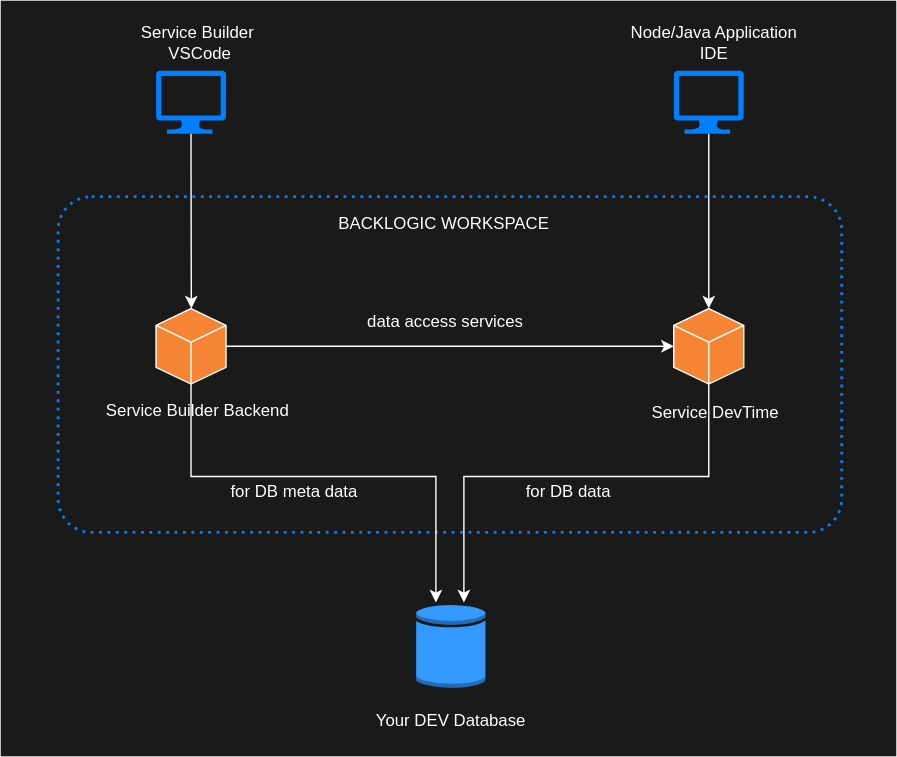
The draw.io diagram resources/images/backlogic-workspace.svg in bklogic/ServiceBuilder, before a commit. Source tidied: cells renumbered, new cells last; positions are measured from the earlier drawing's top-left corner, leaving out a move shared by most shapes. Its diagram source:
```xml
<mxGraphModel>
  <root>
    <mxCell id="0" />
    <mxCell id="1" parent="0" />
    <mxCell id="2" style="rounded=0;whiteSpace=wrap;html=1;fillColor=#1A1A1A;strokeColor=none;" parent="1" vertex="1">
      <mxGeometry width="640" height="540" as="geometry" />
    </mxCell>
    <mxCell id="3" style="rounded=1;arcSize=10;dashed=1;fillColor=none;gradientColor=none;dashPattern=1 2;strokeWidth=2;glass=0;shadow=0;sketch=0;strokeColor=#007FFF;fontColor=#FFFFFF;" parent="1" vertex="1">
      <mxGeometry x="41" y="140" width="560" height="240" as="geometry" />
    </mxCell>
    <mxCell id="4" style="dashed=0;verticalLabelPosition=bottom;verticalAlign=top;align=center;html=1;shape=mxgraph.aws3.generic_database;gradientColor=none;fillColor=#3399FF;fontColor=#FFFFFF;" parent="1" vertex="1">
      <mxGeometry x="296.9" y="431" width="49.5" height="60" as="geometry" />
    </mxCell>
    <mxCell id="5" style="edgeStyle=orthogonalEdgeStyle;rounded=0;jettySize=auto;html=1;entryX=0.17;entryY=0.333;entryDx=0;entryDy=0;entryPerimeter=0;fontColor=#FFFFFF;strokeColor=#FFFFFF;" parent="1" edge="1" source="6" target="3">
      <mxGeometry relative="1" as="geometry" />
    </mxCell>
    <mxCell id="6" style="shadow=0;dashed=0;html=1;strokeColor=none;labelPosition=center;verticalLabelPosition=bottom;verticalAlign=top;align=center;shape=mxgraph.azure.computer;rounded=1;glass=0;sketch=0;fillColor=#007FFF;fontColor=#FFFFFF;" parent="1" vertex="1">
      <mxGeometry x="111" y="50" width="50" height="45" as="geometry" />
    </mxCell>
    <mxCell id="7" style="edgeStyle=orthogonalEdgeStyle;rounded=0;jettySize=auto;html=1;fontColor=#FFFFFF;strokeColor=#FFFFFF;" parent="1" edge="1" source="9">
      <mxGeometry relative="1" as="geometry">
        <mxPoint x="311" y="430" as="targetPoint" />
        <Array as="points">
          <mxPoint x="136" y="340" />
          <mxPoint x="311" y="340" />
        </Array>
      </mxGeometry>
    </mxCell>
    <mxCell id="8" style="edgeStyle=orthogonalEdgeStyle;rounded=0;jettySize=auto;html=1;exitX=1;exitY=0.5;exitDx=0;exitDy=0;exitPerimeter=0;entryX=0;entryY=0.5;entryDx=0;entryDy=0;entryPerimeter=0;fontColor=#FFFFFF;strokeColor=#FFFFFF;" parent="1" edge="1" source="9" target="11">
      <mxGeometry relative="1" as="geometry" />
    </mxCell>
    <mxCell id="9" style="html=1;whiteSpace=wrap;shape=isoCube2;backgroundOutline=1;isoAngle=15;rounded=1;shadow=0;glass=0;sketch=0;fillColor=#F58534;strokeColor=#FFFFFF;fontColor=#FFFFFF;" parent="1" vertex="1">
      <mxGeometry x="111" y="220" width="50" height="54" as="geometry" />
    </mxCell>
    <mxCell id="10" style="edgeStyle=orthogonalEdgeStyle;rounded=0;jettySize=auto;html=1;fontColor=#FFFFFF;strokeColor=#FFFFFF;" parent="1" edge="1" source="11">
      <mxGeometry relative="1" as="geometry">
        <mxPoint x="331" y="430" as="targetPoint" />
        <Array as="points">
          <mxPoint x="506" y="340" />
          <mxPoint x="331" y="340" />
        </Array>
      </mxGeometry>
    </mxCell>
    <mxCell id="11" style="html=1;whiteSpace=wrap;shape=isoCube2;backgroundOutline=1;isoAngle=15;rounded=1;shadow=0;glass=0;sketch=0;fillColor=#F58534;strokeColor=#FFFFFF;fontColor=#FFFFFF;" parent="1" vertex="1">
      <mxGeometry x="481" y="220" width="50" height="54" as="geometry" />
    </mxCell>
    <mxCell id="12" style="edgeStyle=orthogonalEdgeStyle;rounded=0;jettySize=auto;html=1;entryX=0.5;entryY=0;entryDx=0;entryDy=0;entryPerimeter=0;fontColor=#FFFFFF;strokeColor=#FFFFFF;" parent="1" edge="1" source="13" target="11">
      <mxGeometry relative="1" as="geometry" />
    </mxCell>
    <mxCell id="13" style="shadow=0;dashed=0;html=1;strokeColor=none;labelPosition=center;verticalLabelPosition=bottom;verticalAlign=top;align=center;shape=mxgraph.azure.computer;rounded=1;glass=0;sketch=0;fillColor=#007FFF;fontColor=#FFFFFF;" parent="1" vertex="1">
      <mxGeometry x="481" y="50" width="50" height="45" as="geometry" />
    </mxCell>
    <mxCell id="14" value="Service Builder&lt;br&gt;&amp;nbsp;VSCode" style="text;html=1;strokeColor=#;fillColor=none;align=center;verticalAlign=middle;whiteSpace=wrap;rounded=0;shadow=0;glass=0;dashed=1;dashPattern=1 2;sketch=0;fontColor=#FFFFFF;" parent="1" vertex="1">
      <mxGeometry x="72" y="20" width="138" height="20" as="geometry" />
    </mxCell>
    <mxCell id="15" value="Node/Java Application IDE" style="text;html=1;strokeColor=none;fillColor=none;align=center;verticalAlign=middle;whiteSpace=wrap;rounded=0;shadow=0;glass=0;dashed=1;dashPattern=1 2;sketch=0;fontColor=#FFFFFF;" parent="1" vertex="1">
      <mxGeometry x="441" y="20" width="138" height="20" as="geometry" />
    </mxCell>
    <mxCell id="16" value="for DB meta data" style="text;html=1;strokeColor=none;fillColor=none;align=center;verticalAlign=middle;whiteSpace=wrap;rounded=0;shadow=0;glass=0;dashed=1;dashPattern=1 2;sketch=0;fontColor=#FFFFFF;" parent="1" vertex="1">
      <mxGeometry x="141" y="341" width="138" height="20" as="geometry" />
    </mxCell>
    <mxCell id="17" value="Service Builder Backend" style="text;html=1;strokeColor=none;fillColor=none;align=center;verticalAlign=middle;whiteSpace=wrap;rounded=0;shadow=0;glass=0;dashed=1;dashPattern=1 2;sketch=0;fontColor=#FFFFFF;" parent="1" vertex="1">
      <mxGeometry x="72" y="283" width="138" height="20" as="geometry" />
    </mxCell>
    <mxCell id="18" value="Service DevTime" style="text;html=1;strokeColor=none;fillColor=none;align=center;verticalAlign=middle;whiteSpace=wrap;rounded=0;shadow=0;glass=0;dashed=1;dashPattern=1 2;sketch=0;fontColor=#FFFFFF;" parent="1" vertex="1">
      <mxGeometry x="442" y="285" width="138" height="20" as="geometry" />
    </mxCell>
    <mxCell id="19" value="Your DEV Database" style="text;html=1;strokeColor=none;fillColor=none;align=center;verticalAlign=middle;whiteSpace=wrap;rounded=0;shadow=0;glass=0;dashed=1;dashPattern=1 2;sketch=0;fontColor=#FFFFFF;" parent="1" vertex="1">
      <mxGeometry x="252.6" y="505" width="138" height="20" as="geometry" />
    </mxCell>
    <mxCell id="20" value="for DB data" style="text;html=1;strokeColor=none;fillColor=none;align=center;verticalAlign=middle;whiteSpace=wrap;rounded=0;shadow=0;glass=0;dashed=1;dashPattern=1 2;sketch=0;fontColor=#FFFFFF;" parent="1" vertex="1">
      <mxGeometry x="337" y="341" width="138" height="20" as="geometry" />
    </mxCell>
    <mxCell id="21" value="BACKLOGIC WORKSPACE" style="text;html=1;strokeColor=none;fillColor=none;align=center;verticalAlign=middle;whiteSpace=wrap;rounded=0;shadow=0;glass=0;dashed=1;dashPattern=1 2;sketch=0;fontStyle=0;fontColor=#FFFFFF;" parent="1" vertex="1">
      <mxGeometry x="192" y="150" width="250" height="20" as="geometry" />
    </mxCell>
    <mxCell id="22" value="data access services" style="text;html=1;strokeColor=none;fillColor=none;align=center;verticalAlign=middle;whiteSpace=wrap;rounded=0;shadow=0;glass=0;dashed=1;dashPattern=1 2;sketch=0;fontColor=#FFFFFF;" parent="1" vertex="1">
      <mxGeometry x="249" y="220" width="138" height="20" as="geometry" />
    </mxCell>
  </root>
</mxGraphModel>
```
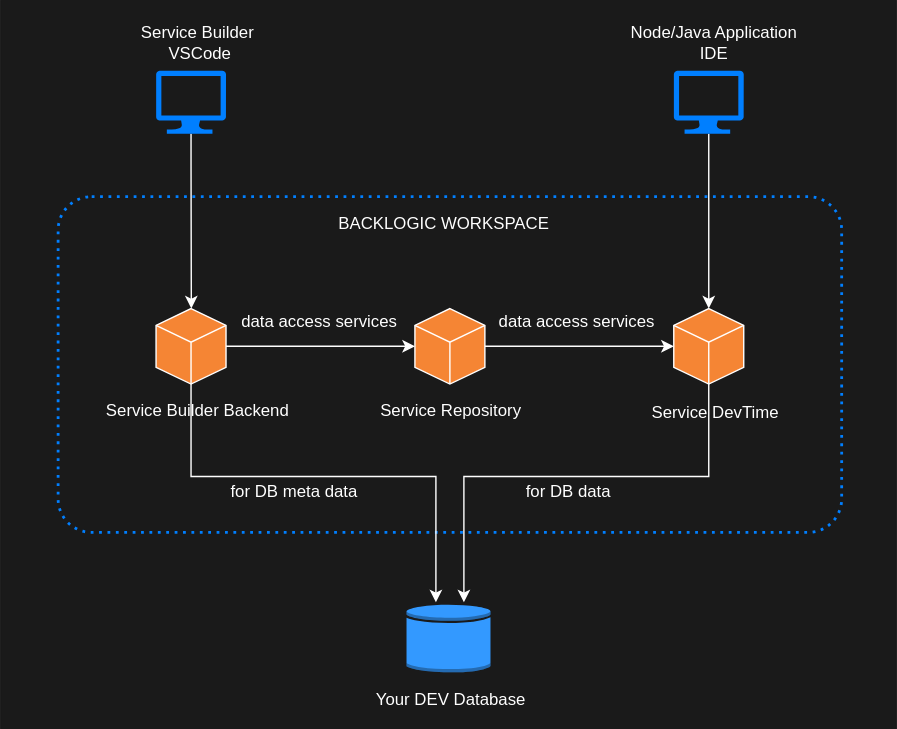
After the change.

The edit, as a diff of the source:
```diff
@@ -2,14 +2,14 @@
   <root>
     <mxCell id="0" />
     <mxCell id="1" parent="0" />
-    <mxCell id="2" style="rounded=0;whiteSpace=wrap;html=1;fillColor=#1A1A1A;strokeColor=none;" parent="1" vertex="1">
-      <mxGeometry width="640" height="540" as="geometry" />
+    <mxCell id="2" style="rounded=0;whiteSpace=wrap;html=1;fillColor=#1A1A1A;strokeColor=#1A1A1A;fontColor=default;labelBackgroundColor=none;" parent="1" vertex="1">
+      <mxGeometry width="640" height="520" as="geometry" />
     </mxCell>
     <mxCell id="3" style="rounded=1;arcSize=10;dashed=1;fillColor=none;gradientColor=none;dashPattern=1 2;strokeWidth=2;glass=0;shadow=0;sketch=0;strokeColor=#007FFF;fontColor=#FFFFFF;" parent="1" vertex="1">
       <mxGeometry x="41" y="140" width="560" height="240" as="geometry" />
     </mxCell>
     <mxCell id="4" style="dashed=0;verticalLabelPosition=bottom;verticalAlign=top;align=center;html=1;shape=mxgraph.aws3.generic_database;gradientColor=none;fillColor=#3399FF;fontColor=#FFFFFF;" parent="1" vertex="1">
-      <mxGeometry x="296.9" y="431" width="49.5" height="60" as="geometry" />
+      <mxGeometry x="290" y="431" width="60" height="49" as="geometry" />
     </mxCell>
     <mxCell id="5" style="edgeStyle=orthogonalEdgeStyle;rounded=0;jettySize=auto;html=1;entryX=0.17;entryY=0.333;entryDx=0;entryDy=0;entryPerimeter=0;fontColor=#FFFFFF;strokeColor=#FFFFFF;" parent="1" edge="1" source="6" target="3">
       <mxGeometry relative="1" as="geometry" />
@@ -26,9 +26,9 @@
         </Array>
       </mxGeometry>
     </mxCell>
-    <mxCell id="8" style="edgeStyle=orthogonalEdgeStyle;rounded=0;jettySize=auto;html=1;exitX=1;exitY=0.5;exitDx=0;exitDy=0;exitPerimeter=0;entryX=0;entryY=0.5;entryDx=0;entryDy=0;entryPerimeter=0;fontColor=#FFFFFF;strokeColor=#FFFFFF;" parent="1" edge="1" source="9" target="11">
-      <mxGeometry relative="1" as="geometry" />
-    </mxCell>
+    <mxCell id="23" style="edgeStyle=orthogonalEdgeStyle;rounded=0;jettySize=auto;html=1;exitX=1;exitY=0.5;exitDx=0;exitDy=0;exitPerimeter=0;entryX=0;entryY=0.5;entryDx=0;entryDy=0;entryPerimeter=0;strokeColor=#FFFFFF;" parent="1" edge="1" source="9" target="25">
+      <mxGeometry relative="1" as="geometry" />
+    </mxCell>
     <mxCell id="9" style="html=1;whiteSpace=wrap;shape=isoCube2;backgroundOutline=1;isoAngle=15;rounded=1;shadow=0;glass=0;sketch=0;fillColor=#F58534;strokeColor=#FFFFFF;fontColor=#FFFFFF;" parent="1" vertex="1">
       <mxGeometry x="111" y="220" width="50" height="54" as="geometry" />
     </mxCell>
@@ -66,7 +66,7 @@
       <mxGeometry x="442" y="285" width="138" height="20" as="geometry" />
     </mxCell>
     <mxCell id="19" value="Your DEV Database" style="text;html=1;strokeColor=none;fillColor=none;align=center;verticalAlign=middle;whiteSpace=wrap;rounded=0;shadow=0;glass=0;dashed=1;dashPattern=1 2;sketch=0;fontColor=#FFFFFF;" parent="1" vertex="1">
-      <mxGeometry x="252.6" y="505" width="138" height="20" as="geometry" />
+      <mxGeometry x="252.6" y="490" width="138" height="20" as="geometry" />
     </mxCell>
     <mxCell id="20" value="for DB data" style="text;html=1;strokeColor=none;fillColor=none;align=center;verticalAlign=middle;whiteSpace=wrap;rounded=0;shadow=0;glass=0;dashed=1;dashPattern=1 2;sketch=0;fontColor=#FFFFFF;" parent="1" vertex="1">
       <mxGeometry x="337" y="341" width="138" height="20" as="geometry" />
@@ -75,7 +75,19 @@
       <mxGeometry x="192" y="150" width="250" height="20" as="geometry" />
     </mxCell>
     <mxCell id="22" value="data access services" style="text;html=1;strokeColor=none;fillColor=none;align=center;verticalAlign=middle;whiteSpace=wrap;rounded=0;shadow=0;glass=0;dashed=1;dashPattern=1 2;sketch=0;fontColor=#FFFFFF;" parent="1" vertex="1">
-      <mxGeometry x="249" y="220" width="138" height="20" as="geometry" />
+      <mxGeometry x="158.9" y="220" width="138" height="20" as="geometry" />
     </mxCell>
+    <mxCell id="24" style="edgeStyle=orthogonalEdgeStyle;rounded=0;jettySize=auto;html=1;exitX=1;exitY=0.5;exitDx=0;exitDy=0;exitPerimeter=0;entryX=0;entryY=0.5;entryDx=0;entryDy=0;entryPerimeter=0;strokeColor=#FFFFFF;" parent="1" edge="1" source="25" target="11">
+      <mxGeometry relative="1" as="geometry" />
+    </mxCell>
+    <mxCell id="25" style="html=1;whiteSpace=wrap;shape=isoCube2;backgroundOutline=1;isoAngle=15;rounded=1;shadow=0;glass=0;sketch=0;fillColor=#F58534;strokeColor=#FFFFFF;fontColor=#FFFFFF;" parent="1" vertex="1">
+      <mxGeometry x="296" y="220" width="50" height="54" as="geometry" />
+    </mxCell>
+    <mxCell id="26" value="Service Repository" style="text;html=1;strokeColor=none;fillColor=none;align=center;verticalAlign=middle;whiteSpace=wrap;rounded=0;shadow=0;glass=0;dashed=1;dashPattern=1 2;sketch=0;fontColor=#FFFFFF;" parent="1" vertex="1">
+      <mxGeometry x="252.6" y="283" width="138" height="20" as="geometry" />
+    </mxCell>
+    <mxCell id="27" value="data access services" style="text;html=1;strokeColor=none;fillColor=none;align=center;verticalAlign=middle;whiteSpace=wrap;rounded=0;shadow=0;glass=0;dashed=1;dashPattern=1 2;sketch=0;fontColor=#FFFFFF;" parent="1" vertex="1">
+      <mxGeometry x="343" y="220" width="138" height="20" as="geometry" />
+    </mxCell>
   </root>
 </mxGraphModel>
```
